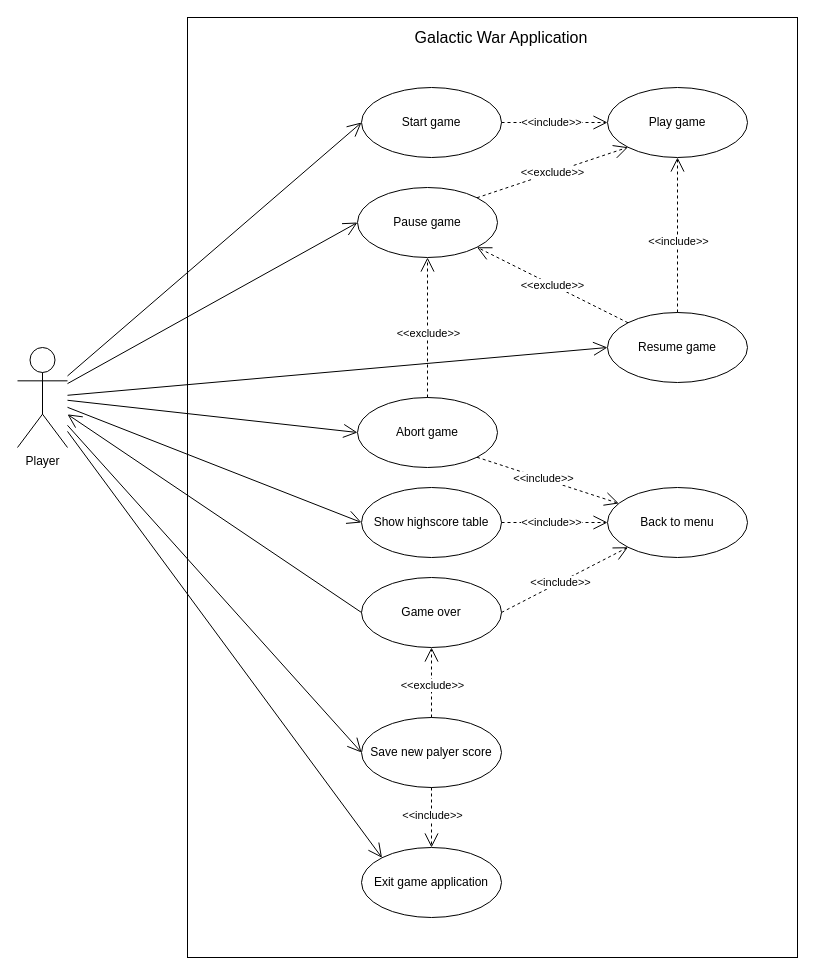
TadekBiela/GalacticWar keeps this draw.io diagram as uml/Use_case_diagram.drawio. Above is the earlier version. Source tidied: cells renumbered, new cells numbered last; positions are measured from the earlier drawing's top-left corner, leaving out a move shared by most shapes. Both pictures are drawn from the tidied source at 100%, with x=0, y=0 at pixel (17, 17).
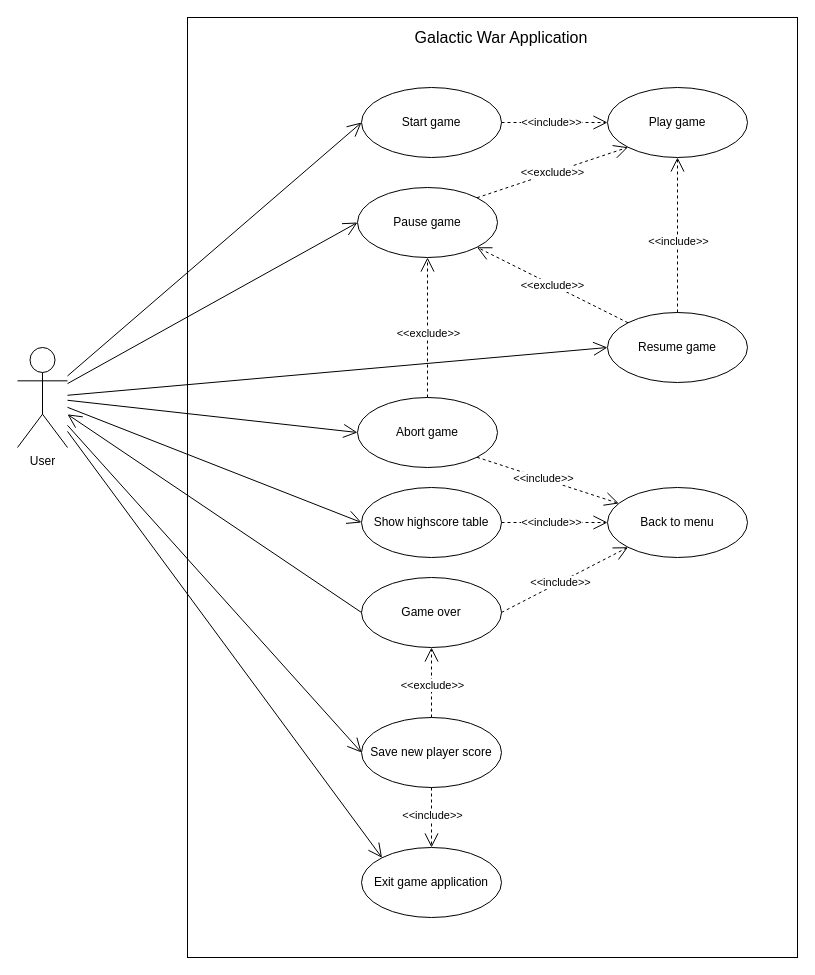
The same diagram, later.

Commit message (it also covers changes not shown here):
Corrected use case UML diagram

The edit, as a diff of the source:
```diff
@@
-    <mxCell id="4" value="Player" style="shape=umlActor;verticalLabelPosition=bottom;labelBackgroundColor=#ffffff;verticalAlign=top;html=1;outlineConnect=0;fillColor=none;" parent="1" vertex="1">
+    <mxCell id="4" value="User" style="shape=umlActor;verticalLabelPosition=bottom;labelBackgroundColor=#ffffff;verticalAlign=top;html=1;outlineConnect=0;fillColor=none;" parent="1" vertex="1">
       <mxGeometry y="330" width="50" height="100" as="geometry" />
     </mxCell>
@@
-    <mxCell id="19" value="Save new palyer score" style="ellipse;whiteSpace=wrap;html=1;fillColor=none;" parent="1" vertex="1">
+    <mxCell id="19" value="Save new player score" style="ellipse;whiteSpace=wrap;html=1;fillColor=none;" parent="1" vertex="1">
       <mxGeometry x="344" y="700" width="140" height="70" as="geometry" />
     </mxCell>
```
